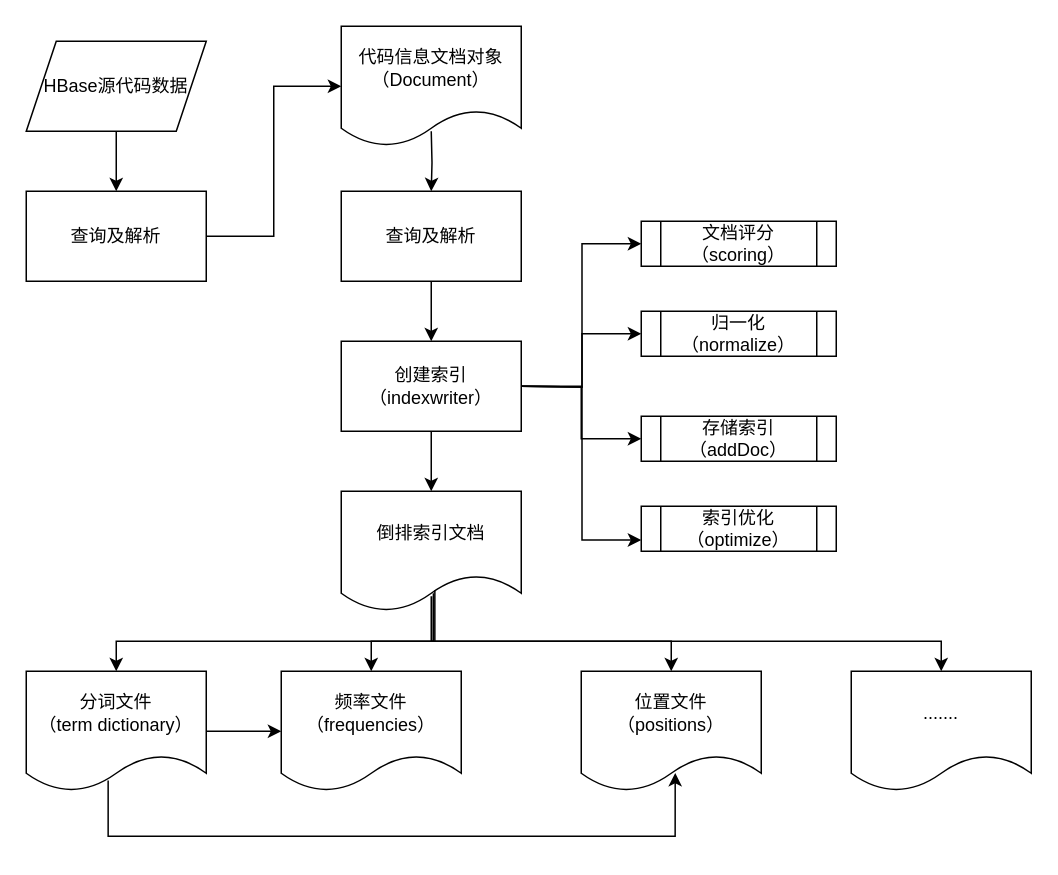
The draw.io diagram setup/ES建立关键字索引示意图.drawio in yifeichong/drawio, before the edit. Source tidied: cells renumbered, new cells numbered last; positions are measured from the earlier drawing's top-left corner, leaving out a move shared by most shapes. Both pictures are drawn from the tidied source at 150%, with x=0, y=0 at pixel (26, 26).
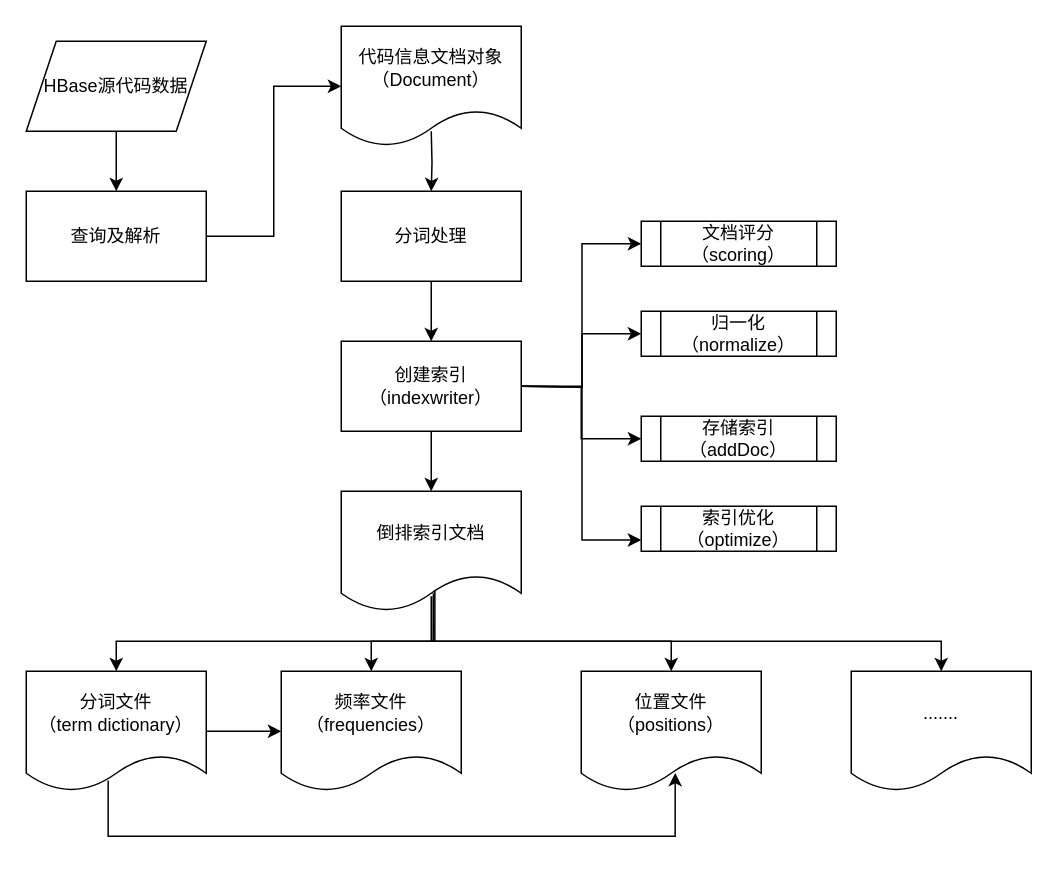
The same diagram, later.

Commit message:
更新ES建立关键字索引示意图.drawio

What changed in the source:
```diff
@@
-    <mxCell id="8" value="查询及解析" style="rounded=0;whiteSpace=wrap;html=1;" parent="1" vertex="1">
+    <mxCell id="8" value="分词处理" style="rounded=0;whiteSpace=wrap;html=1;" parent="1" vertex="1">
       <mxGeometry x="210" y="110" width="120" height="60" as="geometry" />
     </mxCell>
```
